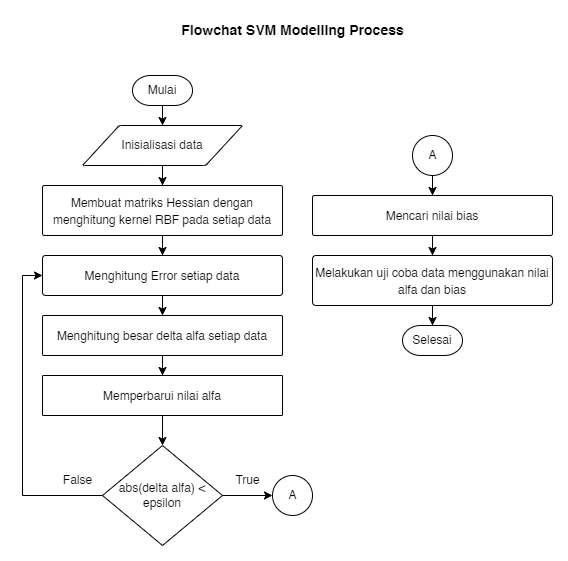
RTAgung/tugas-akhir keeps this draw.io diagram as Skripsi/resource/Tugas Akhir-Flowchart SVM.drawio.png. Above is the earlier version. Source tidied: cells renumbered, new cells last; positions are measured from the earlier drawing's top-left corner, leaving out a move shared by most shapes.
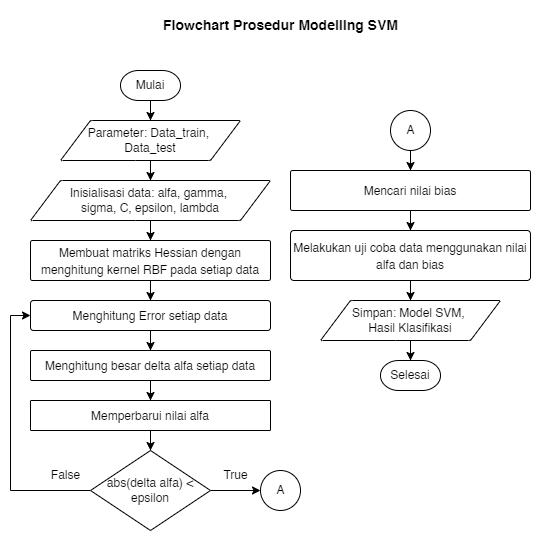
Later version of the same file.

What changed in the source:
```diff
@@ -2,44 +2,47 @@
   <root>
     <mxCell id="0" />
     <mxCell id="1" parent="0" />
+    <mxCell id="30" style="rounded=0;whiteSpace=wrap;html=1;strokeColor=none;" parent="1" vertex="1">
+      <mxGeometry x="-10" y="-10" width="550" height="550" as="geometry" />
+    </mxCell>
-    <mxCell id="2" style="edgeStyle=orthogonalEdgeStyle;rounded=0;jettySize=auto;html=1;entryX=0.5;entryY=0;entryDx=0;entryDy=0;fontSize=12;" parent="1" edge="1" source="3" target="21">
+    <mxCell id="2" style="edgeStyle=orthogonalEdgeStyle;rounded=0;jettySize=auto;html=1;entryX=0.5;entryY=0;entryDx=0;entryDy=0;fontSize=12;" parent="1" edge="1" source="3" target="33">
       <mxGeometry relative="1" as="geometry" />
     </mxCell>
     <mxCell id="3" value="Mulai" style="strokeWidth=1;html=1;shape=mxgraph.flowchart.terminator;whiteSpace=wrap;" parent="1" vertex="1">
       <mxGeometry x="110" y="60" width="60" height="30" as="geometry" />
     </mxCell>
     <mxCell id="4" value="Selesai" style="strokeWidth=1;html=1;shape=mxgraph.flowchart.terminator;whiteSpace=wrap;" parent="1" vertex="1">
-      <mxGeometry x="380" y="310" width="60" height="30" as="geometry" />
+      <mxGeometry x="370" y="350" width="60" height="30" as="geometry" />
     </mxCell>
     <mxCell id="5" style="edgeStyle=orthogonalEdgeStyle;rounded=0;jettySize=auto;html=1;entryX=0.5;entryY=0;entryDx=0;entryDy=0;fontSize=12;" parent="1" edge="1" source="6" target="8">
       <mxGeometry relative="1" as="geometry" />
     </mxCell>
     <mxCell id="6" value="&lt;font style=&quot;font-size: 12px;&quot;&gt;Membuat matriks Hessian dengan menghitung kernel RBF pada setiap data&lt;/font&gt;" style="rounded=1;whiteSpace=wrap;html=1;absoluteArcSize=1;arcSize=4;strokeWidth=1;fontSize=14;" parent="1" vertex="1">
-      <mxGeometry x="20" y="170" width="240" height="50" as="geometry" />
+      <mxGeometry x="20" y="230" width="240" height="40" as="geometry" />
     </mxCell>
     <mxCell id="7" style="edgeStyle=orthogonalEdgeStyle;rounded=0;jettySize=auto;html=1;entryX=0.5;entryY=0;entryDx=0;entryDy=0;fontSize=12;" parent="1" edge="1" source="8" target="10">
       <mxGeometry relative="1" as="geometry" />
     </mxCell>
     <mxCell id="8" value="&lt;font style=&quot;font-size: 12px;&quot;&gt;Menghitung Error setiap data&lt;/font&gt;" style="rounded=1;whiteSpace=wrap;html=1;absoluteArcSize=1;arcSize=6;strokeWidth=1;fontSize=14;" parent="1" vertex="1">
-      <mxGeometry x="20" y="240" width="240" height="40" as="geometry" />
+      <mxGeometry x="20" y="290" width="240" height="30" as="geometry" />
     </mxCell>
     <mxCell id="9" style="edgeStyle=orthogonalEdgeStyle;rounded=0;jettySize=auto;html=1;entryX=0.5;entryY=0;entryDx=0;entryDy=0;fontSize=12;" parent="1" edge="1" source="10" target="12">
       <mxGeometry relative="1" as="geometry" />
     </mxCell>
     <mxCell id="10" value="&lt;font style=&quot;font-size: 12px;&quot;&gt;Menghitung besar delta alfa setiap data&lt;/font&gt;" style="rounded=1;whiteSpace=wrap;html=1;absoluteArcSize=1;arcSize=3;strokeWidth=1;fontSize=14;" parent="1" vertex="1">
-      <mxGeometry x="20" y="300" width="240" height="40" as="geometry" />
+      <mxGeometry x="20" y="340" width="240" height="30" as="geometry" />
     </mxCell>
     <mxCell id="11" style="edgeStyle=orthogonalEdgeStyle;rounded=0;jettySize=auto;html=1;entryX=0.5;entryY=0;entryDx=0;entryDy=0;entryPerimeter=0;fontSize=12;" parent="1" edge="1" source="12" target="15">
       <mxGeometry relative="1" as="geometry" />
     </mxCell>
     <mxCell id="12" value="&lt;font style=&quot;font-size: 12px;&quot;&gt;Memperbarui nilai alfa&lt;/font&gt;" style="rounded=1;whiteSpace=wrap;html=1;absoluteArcSize=1;arcSize=2;strokeWidth=1;fontSize=14;" parent="1" vertex="1">
-      <mxGeometry x="20" y="360" width="240" height="40" as="geometry" />
+      <mxGeometry x="20" y="390" width="240" height="30" as="geometry" />
     </mxCell>
     <mxCell id="13" style="edgeStyle=orthogonalEdgeStyle;rounded=0;jettySize=auto;html=1;entryX=0;entryY=0.5;entryDx=0;entryDy=0;fontSize=12;exitX=0;exitY=0.5;exitDx=0;exitDy=0;exitPerimeter=0;" parent="1" edge="1" source="15" target="8">
       <mxGeometry relative="1" as="geometry">
         <Array as="points">
           <mxPoint y="480" />
-          <mxPoint y="260" />
+          <mxPoint y="305" />
         </Array>
       </mxGeometry>
     </mxCell>
@@ -47,25 +50,25 @@
       <mxGeometry relative="1" as="geometry" />
     </mxCell>
     <mxCell id="15" value="abs(delta alfa) &amp;lt; epsilon" style="strokeWidth=1;html=1;shape=mxgraph.flowchart.decision;whiteSpace=wrap;fontSize=12;" parent="1" vertex="1">
-      <mxGeometry x="80" y="430" width="120" height="100" as="geometry" />
+      <mxGeometry x="80" y="440" width="120" height="80" as="geometry" />
     </mxCell>
     <mxCell id="16" style="edgeStyle=orthogonalEdgeStyle;rounded=0;jettySize=auto;html=1;entryX=0.5;entryY=0;entryDx=0;entryDy=0;fontSize=12;" parent="1" edge="1" source="17" target="19">
       <mxGeometry relative="1" as="geometry" />
     </mxCell>
     <mxCell id="17" value="&lt;font style=&quot;font-size: 12px;&quot;&gt;Mencari nilai bias&lt;/font&gt;" style="rounded=1;whiteSpace=wrap;html=1;absoluteArcSize=1;arcSize=4;strokeWidth=1;fontSize=14;" parent="1" vertex="1">
-      <mxGeometry x="290" y="180" width="240" height="40" as="geometry" />
+      <mxGeometry x="280" y="160" width="240" height="40" as="geometry" />
     </mxCell>
-    <mxCell id="18" style="edgeStyle=orthogonalEdgeStyle;rounded=0;jettySize=auto;html=1;entryX=0.5;entryY=0;entryDx=0;entryDy=0;entryPerimeter=0;fontSize=12;" parent="1" edge="1" source="19" target="4">
-      <mxGeometry relative="1" as="geometry" />
-    </mxCell>
+    <mxCell id="31" style="edgeStyle=orthogonalEdgeStyle;rounded=0;jettySize=auto;html=1;entryX=0.5;entryY=0;entryDx=0;entryDy=0;" parent="1" edge="1" source="19" target="35">
+      <mxGeometry relative="1" as="geometry" />
+    </mxCell>
     <mxCell id="19" value="&lt;font style=&quot;font-size: 12px;&quot;&gt;Melakukan uji coba data menggunakan nilai alfa dan bias&lt;/font&gt;" style="rounded=1;whiteSpace=wrap;html=1;absoluteArcSize=1;arcSize=7;strokeWidth=1;fontSize=14;" parent="1" vertex="1">
-      <mxGeometry x="290" y="240" width="240" height="50" as="geometry" />
+      <mxGeometry x="280" y="220" width="240" height="50" as="geometry" />
     </mxCell>
     <mxCell id="20" style="edgeStyle=orthogonalEdgeStyle;rounded=0;jettySize=auto;html=1;entryX=0.5;entryY=0;entryDx=0;entryDy=0;fontSize=12;" parent="1" edge="1" source="21" target="6">
       <mxGeometry relative="1" as="geometry" />
     </mxCell>
-    <mxCell id="21" value="Inisialisasi data" style="shape=parallelogram;html=1;strokeWidth=1;perimeter=parallelogramPerimeter;whiteSpace=wrap;rounded=1;arcSize=4;size=0.23;fontSize=12;" parent="1" vertex="1">
-      <mxGeometry x="60" y="110" width="160" height="40" as="geometry" />
+    <mxCell id="21" value="Inisialisasi data: alfa, gamma, &lt;br&gt;sigma, C, epsilon, lambda" style="shape=parallelogram;html=1;strokeWidth=1;perimeter=parallelogramPerimeter;whiteSpace=wrap;rounded=1;arcSize=4;size=0.125;fontSize=12;" parent="1" vertex="1">
+      <mxGeometry x="20" y="170" width="240" height="40" as="geometry" />
     </mxCell>
     <mxCell id="22" value="False" style="text;html=1;align=center;verticalAlign=middle;strokeColor=none;fillColor=none;fontSize=12;" parent="1" vertex="1">
       <mxGeometry x="30" y="450" width="50" height="30" as="geometry" />
@@ -83,13 +86,25 @@
       <mxGeometry relative="1" as="geometry" />
     </mxCell>
     <mxCell id="27" style="verticalLabelPosition=bottom;verticalAlign=top;html=1;shape=mxgraph.flowchart.on-page_reference;fontSize=12;strokeWidth=1;" parent="1" vertex="1">
-      <mxGeometry x="390" y="120" width="40" height="40" as="geometry" />
+      <mxGeometry x="380" y="100" width="40" height="40" as="geometry" />
     </mxCell>
     <mxCell id="28" value="A" style="text;html=1;align=center;verticalAlign=middle;strokeColor=none;fillColor=none;fontSize=12;" parent="1" vertex="1">
-      <mxGeometry x="395" y="125" width="30" height="30" as="geometry" />
+      <mxGeometry x="385" y="105" width="30" height="30" as="geometry" />
     </mxCell>
-    <mxCell id="29" value="&lt;font style=&quot;font-size: 14px;&quot;&gt;&lt;b&gt;Flowchat SVM Modelling Process&lt;/b&gt;&lt;/font&gt;" style="text;html=1;align=center;verticalAlign=middle;strokeColor=none;fillColor=none;fontSize=12;" parent="1" vertex="1">
-      <mxGeometry x="145" width="250" height="30" as="geometry" />
+    <mxCell id="29" value="&lt;font style=&quot;font-size: 14px;&quot;&gt;&lt;b&gt;Flowchart Prosedur&amp;nbsp;&lt;/b&gt;&lt;/font&gt;&lt;span style=&quot;font-size: 14px;&quot;&gt;&lt;b&gt;Modelling SVM&lt;/b&gt;&lt;/span&gt;" style="text;html=1;align=center;verticalAlign=middle;strokeColor=none;fillColor=none;fontSize=12;" parent="1" vertex="1">
+      <mxGeometry x="140" width="260" height="30" as="geometry" />
     </mxCell>
+    <mxCell id="32" style="edgeStyle=orthogonalEdgeStyle;rounded=0;jettySize=auto;html=1;entryX=0.5;entryY=0;entryDx=0;entryDy=0;" parent="1" edge="1" source="33" target="21">
+      <mxGeometry relative="1" as="geometry" />
+    </mxCell>
+    <mxCell id="33" value="Parameter: Data_train, &lt;br&gt;Data_test" style="shape=parallelogram;html=1;strokeWidth=1;perimeter=parallelogramPerimeter;whiteSpace=wrap;rounded=1;arcSize=4;size=0.16666666666666666;fontSize=12;" parent="1" vertex="1">
+      <mxGeometry x="50" y="110" width="180" height="40" as="geometry" />
+    </mxCell>
+    <mxCell id="34" style="edgeStyle=orthogonalEdgeStyle;rounded=0;jettySize=auto;html=1;entryX=0.5;entryY=0;entryDx=0;entryDy=0;entryPerimeter=0;" parent="1" edge="1" source="35" target="4">
+      <mxGeometry relative="1" as="geometry" />
+    </mxCell>
+    <mxCell id="35" value="Simpan: Model SVM, &lt;br&gt;Hasil Klasifikasi" style="shape=parallelogram;html=1;strokeWidth=1;perimeter=parallelogramPerimeter;whiteSpace=wrap;rounded=1;arcSize=4;size=0.16666666666666666;fontSize=12;" parent="1" vertex="1">
+      <mxGeometry x="310" y="290" width="180" height="40" as="geometry" />
+    </mxCell>
   </root>
 </mxGraphModel>
```
